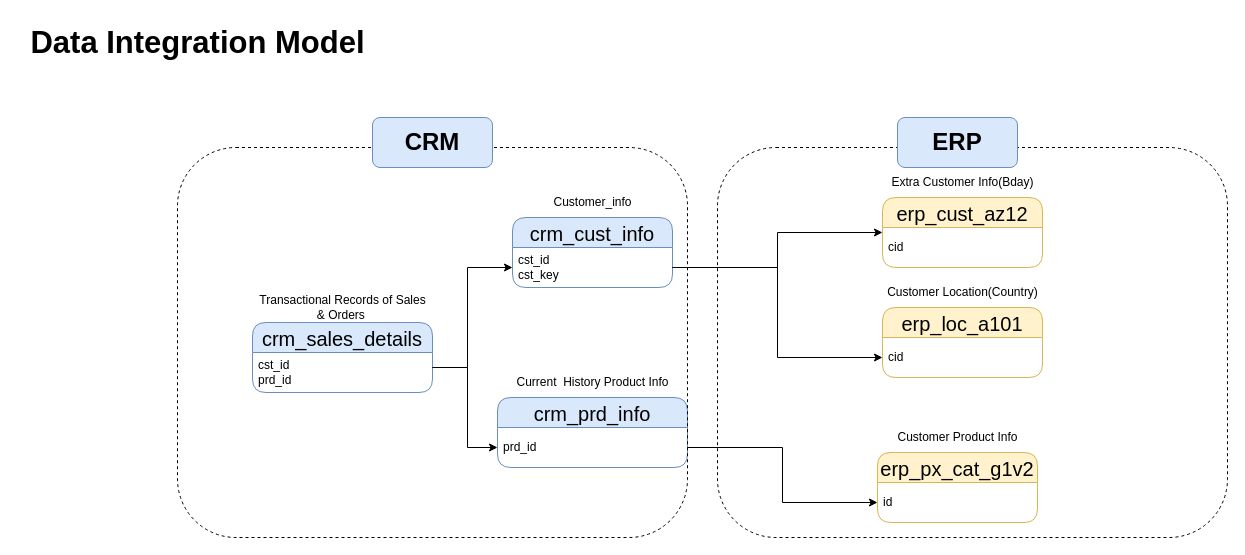
Earlier version of the draw.io diagram docs/data-integration-diagram.drawio (aswnvm/sql-data-warehouse-project). Source tidied: cells renumbered, new cells numbered last; positions are measured from the earlier drawing's top-left corner, leaving out a move shared by most shapes. Both pictures are drawn from the tidied source at 100%, with x=0, y=0 at pixel (17, 17).
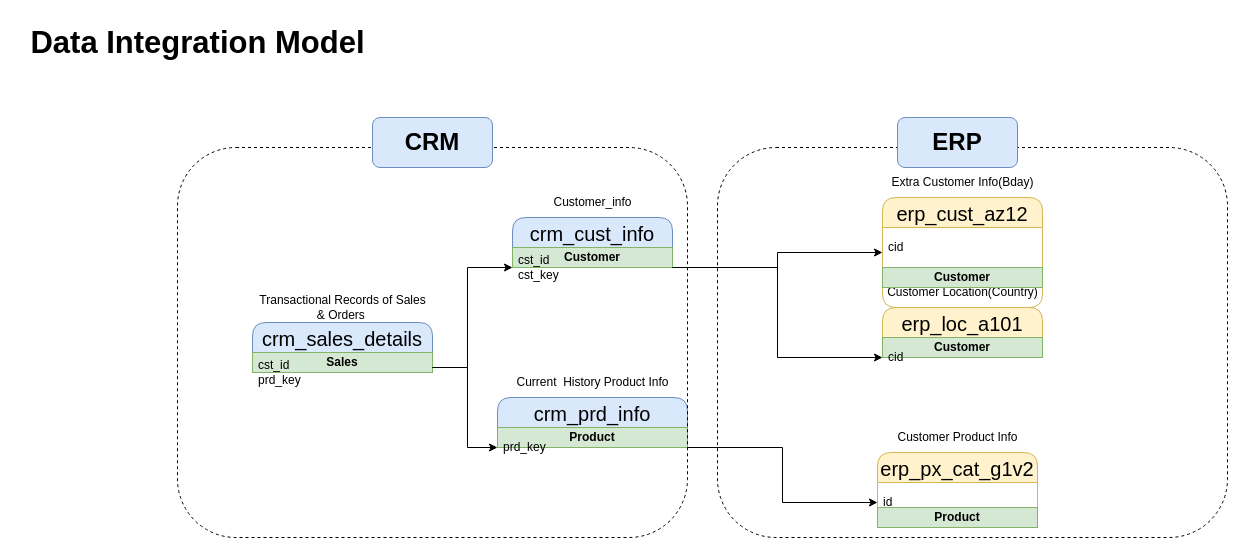
Above is the later version.

Commit message (it also covers changes not shown here):
updated data-integration diagram, updated data-integration diagram(.png)

The change refers to these unchanged cells:
```xml
<mxCell id="3" style="group;" parent="1" vertex="1">
  <mxGeometry x="230" y="150" width="980" height="370" as="geometry" />
</mxCell>
<mxCell id="21" value="&lt;font style=&quot;font-size: 20px;&quot;&gt;erp_px_cat_g1v2&lt;/font&gt;" style="swimlane;fontStyle=0;horizontal=1;startSize=30;whiteSpace=wrap;html=1;rounded=1;fillColor=#fff2cc;strokeColor=#d6b656;fontSize=26;" parent="3" vertex="1">
  <mxGeometry x="630" y="285" width="160" height="70" as="geometry" />
</mxCell>
```

What changed in the source:
```diff
@@
     <mxCell id="4" value="&lt;font style=&quot;font-size: 20px;&quot;&gt;crm_cust_info&lt;/font&gt;" style="swimlane;fontStyle=0;horizontal=1;startSize=30;whiteSpace=wrap;html=1;rounded=1;fillColor=#dae8fc;strokeColor=#6c8ebf;fontSize=26;" parent="3" vertex="1">
-      <mxGeometry x="265" y="50" width="160" height="70" as="geometry" />
+      <mxGeometry x="265" y="50" width="160" height="50" as="geometry" />
     </mxCell>
-    <mxCell id="5" value="cst_id&lt;div&gt;cst_key&lt;/div&gt;" style="text;strokeColor=none;fillColor=none;align=left;verticalAlign=middle;spacingLeft=4;spacingRight=4;overflow=hidden;points=[[0,0.5],[1,0.5]];portConstraint=eastwest;whiteSpace=wrap;html=1;" parent="4" vertex="1">
-      <mxGeometry y="30" width="160" height="40" as="geometry" />
-    </mxCell>
+    <mxCell id="31" value="&lt;b&gt;Customer&lt;/b&gt;" style="text;html=1;strokeColor=#82b366;fillColor=#d5e8d4;align=center;verticalAlign=middle;whiteSpace=wrap;overflow=hidden;" parent="4" vertex="1">
+      <mxGeometry y="30" width="160" height="20" as="geometry" />
+    </mxCell>
@@
     <mxCell id="7" value="&lt;font style=&quot;font-size: 20px;&quot;&gt;crm_prd_info&lt;/font&gt;" style="swimlane;fontStyle=0;horizontal=1;startSize=30;whiteSpace=wrap;html=1;rounded=1;fillColor=#dae8fc;strokeColor=#6c8ebf;fontSize=26;" parent="3" vertex="1">
-      <mxGeometry x="250" y="230" width="190" height="70" as="geometry" />
+      <mxGeometry x="250" y="230" width="190" height="50" as="geometry" />
     </mxCell>
-    <mxCell id="8" value="prd_id" style="text;strokeColor=none;fillColor=none;align=left;verticalAlign=middle;spacingLeft=4;spacingRight=4;overflow=hidden;points=[[0,0.5],[1,0.5]];portConstraint=eastwest;whiteSpace=wrap;html=1;" parent="7" vertex="1">
-      <mxGeometry y="30" width="190" height="40" as="geometry" />
-    </mxCell>
+    <mxCell id="32" value="&lt;b&gt;Product&lt;/b&gt;" style="text;html=1;strokeColor=#82b366;fillColor=#d5e8d4;align=center;verticalAlign=middle;whiteSpace=wrap;overflow=hidden;" parent="7" vertex="1">
+      <mxGeometry y="30" width="190" height="20" as="geometry" />
+    </mxCell>
@@
     <mxCell id="10" value="&lt;font style=&quot;font-size: 20px;&quot;&gt;crm_sales_details&lt;/font&gt;" style="swimlane;fontStyle=0;horizontal=1;startSize=30;whiteSpace=wrap;html=1;rounded=1;fillColor=#dae8fc;strokeColor=#6c8ebf;fontSize=26;" parent="3" vertex="1">
-      <mxGeometry x="5" y="155" width="180" height="70" as="geometry" />
+      <mxGeometry x="5" y="155" width="180" height="50" as="geometry" />
     </mxCell>
-    <mxCell id="11" value="cst_id&lt;div&gt;prd_id&lt;/div&gt;" style="text;strokeColor=none;fillColor=none;align=left;verticalAlign=middle;spacingLeft=4;spacingRight=4;overflow=hidden;points=[[0,0.5],[1,0.5]];portConstraint=eastwest;whiteSpace=wrap;html=1;" parent="10" vertex="1">
-      <mxGeometry y="30" width="180" height="40" as="geometry" />
-    </mxCell>
+    <mxCell id="33" value="&lt;b&gt;Sales&lt;/b&gt;" style="text;html=1;strokeColor=#82b366;fillColor=#d5e8d4;align=center;verticalAlign=middle;whiteSpace=wrap;overflow=hidden;" parent="10" vertex="1">
+      <mxGeometry y="30" width="180" height="20" as="geometry" />
+    </mxCell>
@@
     <mxCell id="14" value="&lt;font style=&quot;font-size: 20px;&quot;&gt;erp_cust_az12&lt;/font&gt;" style="swimlane;fontStyle=0;horizontal=1;startSize=30;whiteSpace=wrap;html=1;rounded=1;fillColor=#fff2cc;strokeColor=#d6b656;fontSize=26;" parent="3" vertex="1">
-      <mxGeometry x="635" y="30" width="160" height="70" as="geometry" />
+      <mxGeometry x="635" y="30" width="160" height="110" as="geometry" />
     </mxCell>
-    <mxCell id="15" value="cid" style="text;strokeColor=none;fillColor=none;align=left;verticalAlign=middle;spacingLeft=4;spacingRight=4;overflow=hidden;whiteSpace=wrap;html=1;" parent="14" vertex="1">
-      <mxGeometry y="30" width="160" height="40" as="geometry" />
-    </mxCell>
@@
     <mxCell id="17" value="&lt;font style=&quot;font-size: 20px;&quot;&gt;erp_loc_a101&lt;/font&gt;" style="swimlane;fontStyle=0;horizontal=1;startSize=30;whiteSpace=wrap;html=1;rounded=1;fillColor=#fff2cc;strokeColor=#d6b656;fontSize=26;" parent="3" vertex="1">
-      <mxGeometry x="635" y="140" width="160" height="70" as="geometry" />
+      <mxGeometry x="635" y="140" width="160" height="50" as="geometry" />
     </mxCell>
-    <mxCell id="18" value="cid" style="text;strokeColor=none;fillColor=none;align=left;verticalAlign=middle;spacingLeft=4;spacingRight=4;overflow=hidden;points=[[0,0.5],[1,0.5]];portConstraint=eastwest;whiteSpace=wrap;html=1;" parent="17" vertex="1">
-      <mxGeometry y="30" width="160" height="40" as="geometry" />
-    </mxCell>
+    <mxCell id="34" value="&lt;b&gt;Customer&lt;/b&gt;" style="text;html=1;strokeColor=#82b366;fillColor=#d5e8d4;align=center;verticalAlign=middle;whiteSpace=wrap;overflow=hidden;" parent="17" vertex="1">
+      <mxGeometry y="30" width="160" height="20" as="geometry" />
+    </mxCell>
@@
-    <mxCell id="22" value="id" style="text;strokeColor=none;fillColor=none;align=left;verticalAlign=middle;spacingLeft=4;spacingRight=4;overflow=hidden;points=[[0,0.5],[1,0.5]];portConstraint=eastwest;whiteSpace=wrap;html=1;" parent="21" vertex="1">
-      <mxGeometry y="30" width="160" height="40" as="geometry" />
-    </mxCell>
@@
+    <mxCell id="5" value="cst_id&lt;div&gt;cst_key&lt;/div&gt;" style="text;strokeColor=none;fillColor=none;align=left;verticalAlign=middle;spacingLeft=4;spacingRight=4;overflow=hidden;points=[[0,0.5],[1,0.5]];portConstraint=eastwest;whiteSpace=wrap;html=1;" parent="3" vertex="1">
+      <mxGeometry x="265" y="80" width="160" height="40" as="geometry" />
+    </mxCell>
+    <mxCell id="8" value="prd_key" style="text;strokeColor=none;fillColor=none;align=left;verticalAlign=middle;spacingLeft=4;spacingRight=4;overflow=hidden;points=[[0,0.5],[1,0.5]];portConstraint=eastwest;whiteSpace=wrap;html=1;" parent="3" vertex="1">
+      <mxGeometry x="250" y="260" width="190" height="40" as="geometry" />
+    </mxCell>
+    <mxCell id="11" value="cst_id&lt;div&gt;prd_key&lt;/div&gt;" style="text;strokeColor=none;fillColor=none;align=left;verticalAlign=middle;spacingLeft=4;spacingRight=4;overflow=hidden;points=[[0,0.5],[1,0.5]];portConstraint=eastwest;whiteSpace=wrap;html=1;" parent="3" vertex="1">
+      <mxGeometry x="5" y="185" width="180" height="40" as="geometry" />
+    </mxCell>
+    <mxCell id="35" value="&lt;b&gt;Product&lt;/b&gt;" style="text;html=1;strokeColor=#82b366;fillColor=#d5e8d4;align=center;verticalAlign=middle;whiteSpace=wrap;overflow=hidden;" parent="3" vertex="1">
+      <mxGeometry x="630" y="340" width="160" height="20" as="geometry" />
+    </mxCell>
+    <mxCell id="15" value="cid" style="text;strokeColor=none;fillColor=none;align=left;verticalAlign=middle;spacingLeft=4;spacingRight=4;overflow=hidden;whiteSpace=wrap;html=1;" parent="3" vertex="1">
+      <mxGeometry x="635" y="60" width="160" height="40" as="geometry" />
+    </mxCell>
+    <mxCell id="36" value="&lt;b&gt;Customer&lt;/b&gt;" style="text;html=1;strokeColor=#82b366;fillColor=#d5e8d4;align=center;verticalAlign=middle;whiteSpace=wrap;overflow=hidden;" parent="3" vertex="1">
+      <mxGeometry x="635" y="100" width="160" height="20" as="geometry" />
+    </mxCell>
+    <mxCell id="18" value="cid" style="text;strokeColor=none;fillColor=none;align=left;verticalAlign=middle;spacingLeft=4;spacingRight=4;overflow=hidden;points=[[0,0.5],[1,0.5]];portConstraint=eastwest;whiteSpace=wrap;html=1;" parent="3" vertex="1">
+      <mxGeometry x="635" y="170" width="160" height="40" as="geometry" />
+    </mxCell>
+    <mxCell id="22" value="id" style="text;strokeColor=none;fillColor=none;align=left;verticalAlign=middle;spacingLeft=4;spacingRight=4;overflow=hidden;points=[[0,0.5],[1,0.5]];portConstraint=eastwest;whiteSpace=wrap;html=1;" parent="3" vertex="1">
+      <mxGeometry x="630" y="315" width="160" height="40" as="geometry" />
+    </mxCell>
```
